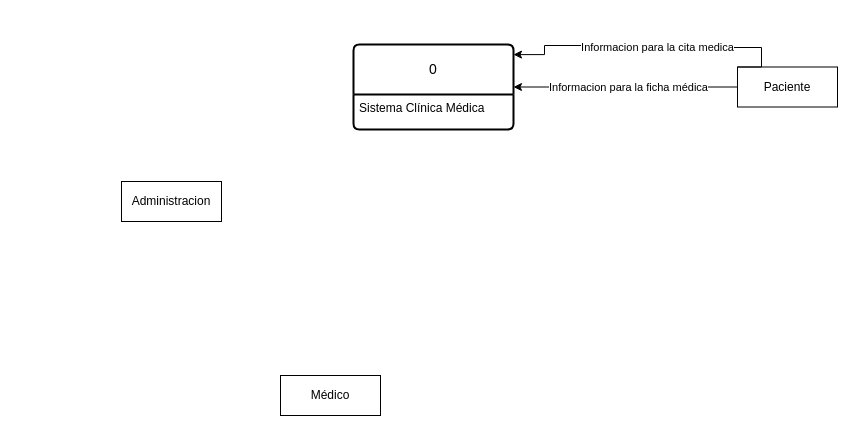
Earlier version of the draw.io diagram Diagrama de Contexto Clinica.drawio (JavierVarela2000/DiagramasDrawIO). Source tidied: cells renumbered, new cells numbered last; positions are measured from the earlier drawing's top-left corner, leaving out a move shared by most shapes. Both pictures are drawn from the tidied source at 100%, with x=0, y=0 at pixel (121, 44).
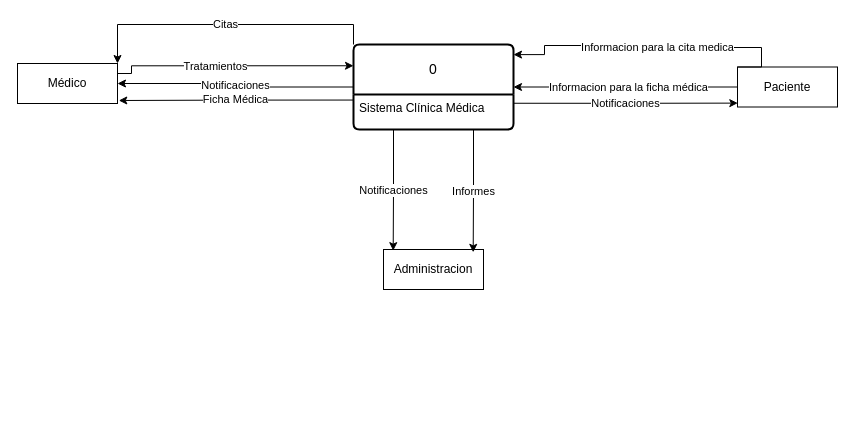
Above is the later version.

Unchanged cells that the change refers to:
```xml
<mxCell id="2" value="0" style="swimlane;horizontal=1;startSize=50;rounded=1;fontSize=14;fontStyle=0;strokeWidth=2;shadow=0;dashed=0;align=center;arcSize=4;whiteSpace=wrap;html=1;" parent="1" vertex="1">
  <mxGeometry x="232" width="160" height="85" as="geometry" />
</mxCell>
<mxCell id="3" value="Sistema Clínica Médica" style="align=left;strokeColor=none;fillColor=none;spacingLeft=4;fontSize=12;verticalAlign=top;html=1;" parent="2" vertex="1">
  <mxGeometry y="50" width="160" height="35" as="geometry" />
</mxCell>
<mxCell id="6" value="Paciente" style="whiteSpace=wrap;html=1;align=center;" parent="1" vertex="1">
  <mxGeometry x="616" y="22.5" width="100" height="40" as="geometry" />
</mxCell>
```

Diff of the diagram source:
```diff
@@
+    <mxCell id="11" value="Citas" style="edgeStyle=orthogonalEdgeStyle;rounded=0;jettySize=auto;html=1;exitX=0;exitY=0;exitDx=0;exitDy=0;entryX=1;entryY=0;entryDx=0;entryDy=0;" parent="1" edge="1" source="2" target="7">
+      <mxGeometry relative="1" as="geometry" />
+    </mxCell>
+    <mxCell id="12" value="Notificaciones" style="edgeStyle=orthogonalEdgeStyle;rounded=0;jettySize=auto;html=1;exitX=0;exitY=0.5;exitDx=0;exitDy=0;entryX=1;entryY=0.5;entryDx=0;entryDy=0;" parent="1" edge="1" source="2" target="7">
+      <mxGeometry relative="1" as="geometry" />
+    </mxCell>
@@
+    <mxCell id="13" style="edgeStyle=orthogonalEdgeStyle;rounded=0;jettySize=auto;html=1;exitX=1;exitY=0.25;exitDx=0;exitDy=0;entryX=0;entryY=0.25;entryDx=0;entryDy=0;" parent="1" edge="1" source="7" target="2">
+      <mxGeometry relative="1" as="geometry">
+        <Array as="points">
+          <mxPoint x="10" y="29" />
+          <mxPoint x="10" y="21" />
+        </Array>
+      </mxGeometry>
+    </mxCell>
+    <mxCell id="14" value="Tratamientos" style="edgeLabel;html=1;align=center;verticalAlign=middle;" parent="13" vertex="1">
+      <mxGeometry x="-0.14" relative="1" as="geometry" />
+    </mxCell>
     <mxCell id="7" value="Médico" style="whiteSpace=wrap;html=1;align=center;" parent="1" vertex="1">
-      <mxGeometry x="159" y="331" width="100" height="40" as="geometry" />
+      <mxGeometry x="-104" y="19" width="100" height="40" as="geometry" />
     </mxCell>
     <mxCell id="8" value="Administracion" style="whiteSpace=wrap;html=1;align=center;" parent="1" vertex="1">
-      <mxGeometry y="137" width="100" height="40" as="geometry" />
+      <mxGeometry x="262" y="205" width="100" height="40" as="geometry" />
     </mxCell>
@@
+    <mxCell id="15" value="Notificaciones" style="edgeStyle=orthogonalEdgeStyle;rounded=0;jettySize=auto;html=1;exitX=1;exitY=0.25;exitDx=0;exitDy=0;entryX=0.003;entryY=0.903;entryDx=0;entryDy=0;entryPerimeter=0;" parent="1" edge="1" source="3" target="6">
+      <mxGeometry relative="1" as="geometry" />
+    </mxCell>
+    <mxCell id="16" value="Ficha Médica" style="edgeStyle=orthogonalEdgeStyle;rounded=0;jettySize=auto;html=1;exitX=0.001;exitY=0.159;exitDx=0;exitDy=0;entryX=1.013;entryY=0.925;entryDx=0;entryDy=0;entryPerimeter=0;exitPerimeter=0;" parent="1" edge="1" source="3" target="7">
+      <mxGeometry relative="1" as="geometry" />
+    </mxCell>
+    <mxCell id="17" value="Notificaciones" style="edgeStyle=orthogonalEdgeStyle;rounded=0;jettySize=auto;html=1;exitX=0.25;exitY=1;exitDx=0;exitDy=0;entryX=0.097;entryY=0.029;entryDx=0;entryDy=0;entryPerimeter=0;" parent="1" edge="1" source="3" target="8">
+      <mxGeometry relative="1" as="geometry" />
+    </mxCell>
+    <mxCell id="18" value="Informes" style="edgeStyle=orthogonalEdgeStyle;rounded=0;jettySize=auto;html=1;exitX=0.75;exitY=1;exitDx=0;exitDy=0;entryX=0.897;entryY=0.071;entryDx=0;entryDy=0;entryPerimeter=0;" parent="1" edge="1" source="3" target="8">
+      <mxGeometry relative="1" as="geometry" />
+    </mxCell>
```
